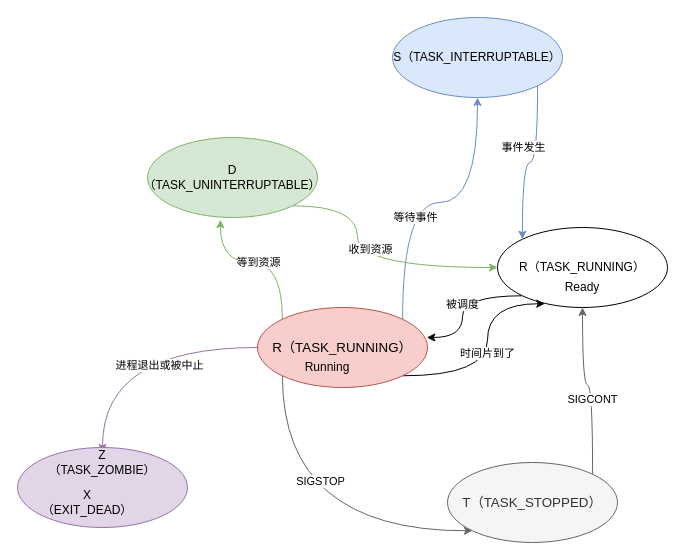
The draw.io diagram p_stat.drawio in helios741/plan, before the edit. Source tidied: cells renumbered, new cells numbered last; positions are measured from the earlier drawing's top-left corner, leaving out a move shared by most shapes. Both pictures are drawn from the tidied source at 100%, with x=0, y=0 at pixel (17, 17).
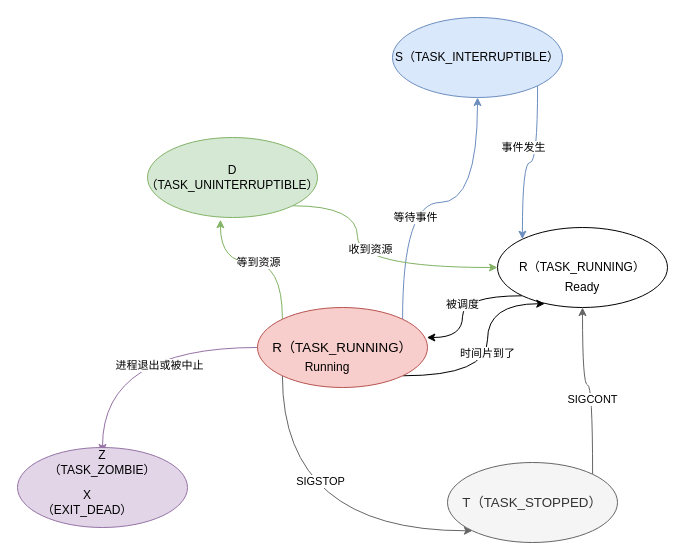
The same diagram, later.

The edit, as a diff of the source:
```diff
@@
-    <mxCell id="6" value="S（TASK_INTERRUPTABLE）" style="ellipse;whiteSpace=wrap;html=1;fillColor=#dae8fc;strokeColor=#6c8ebf;" parent="1" vertex="1">
+    <mxCell id="6" value="S（TASK_INTERRUPTIBLE）" style="ellipse;whiteSpace=wrap;html=1;fillColor=#dae8fc;strokeColor=#6c8ebf;" parent="1" vertex="1">
       <mxGeometry x="375" width="170" height="80" as="geometry" />
     </mxCell>
@@
-    <mxCell id="23" value="D（TASK_UNINTERRUPTABLE）" style="ellipse;whiteSpace=wrap;html=1;fillColor=#d5e8d4;strokeColor=#82b366;" parent="1" vertex="1">
+    <mxCell id="23" value="D（TASK_UNINTERRUPTIBLE）" style="ellipse;whiteSpace=wrap;html=1;fillColor=#d5e8d4;strokeColor=#82b366;" parent="1" vertex="1">
       <mxGeometry x="130" y="120" width="170" height="80" as="geometry" />
     </mxCell>
```
